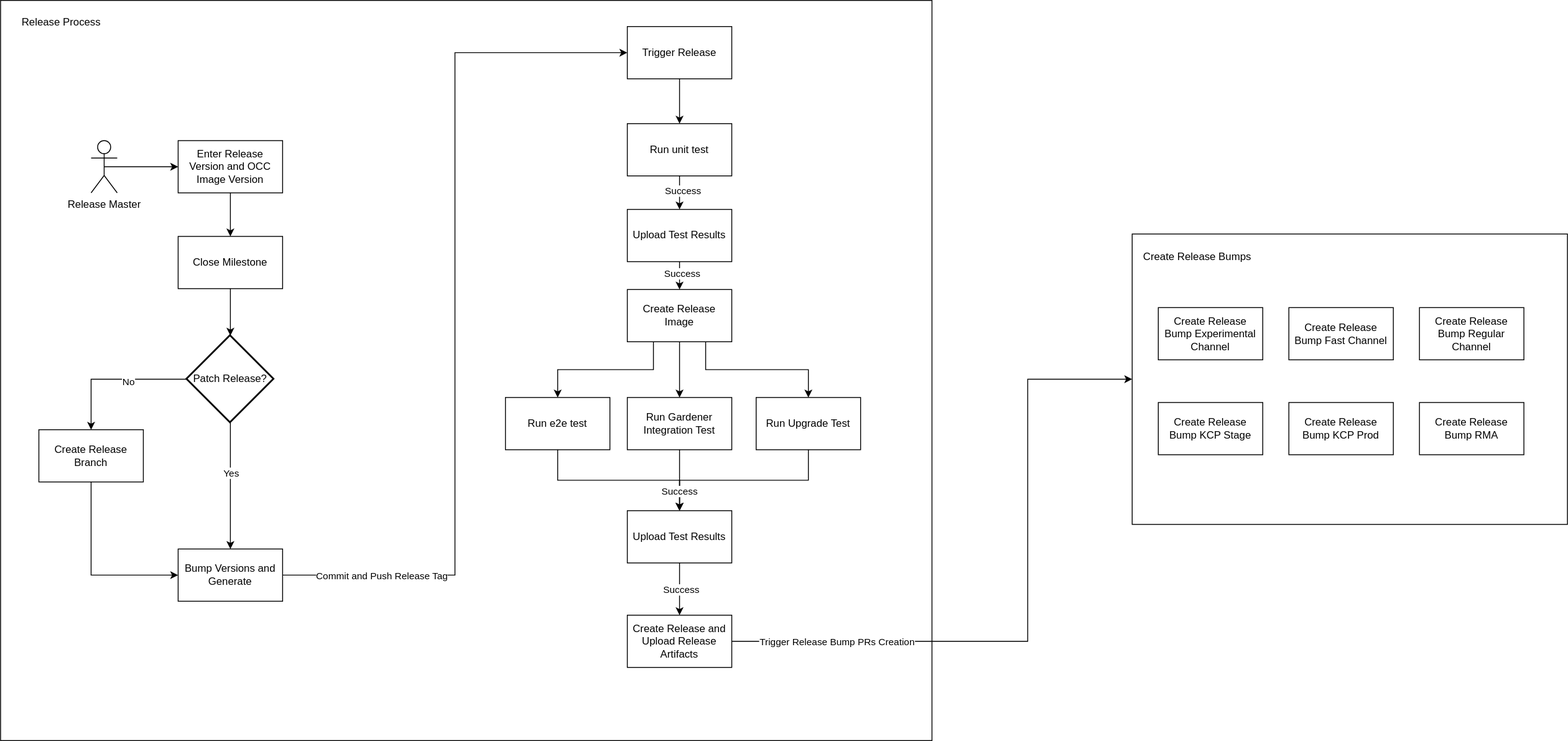
Above: docs/contributor/assets/auditable-release-final.drawio.svg in kyma-project/telemetry-manager (draw.io), before the change. Source tidied: cells renumbered, new cells last; positions are measured from the earlier drawing's top-left corner, leaving out a move shared by most shapes.
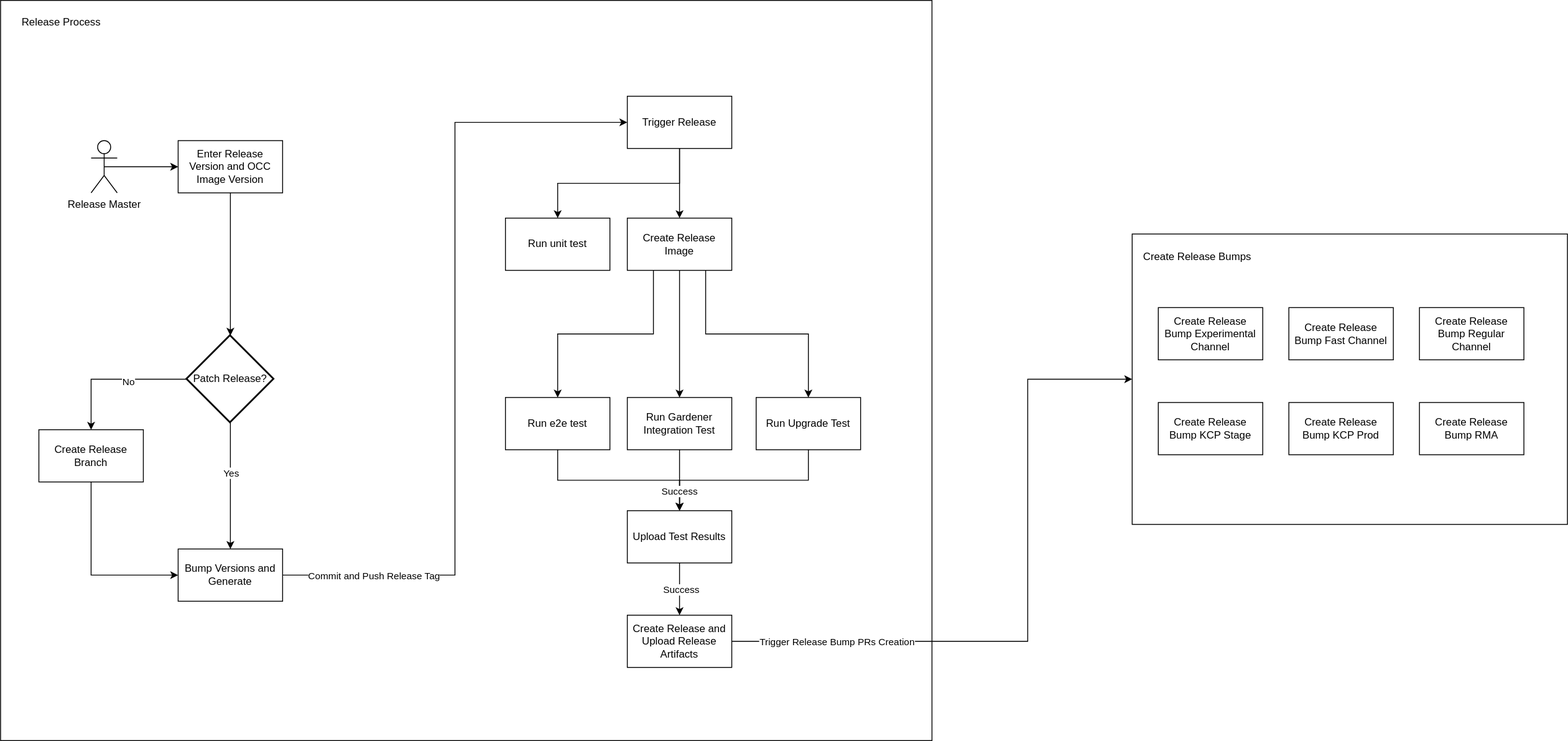
The same diagram one commit later.

Commit message:
update release steps

Diff of the diagram source:
```diff
@@ -15,7 +15,7 @@
       <mxGeometry relative="1" as="geometry" />
     </mxCell>
     <mxCell id="6" value="Create Release Image" style="rounded=0;whiteSpace=wrap;html=1;" parent="1" vertex="1">
-      <mxGeometry x="720" y="332" width="120" height="60" as="geometry" />
+      <mxGeometry x="720" y="250" width="120" height="60" as="geometry" />
     </mxCell>
     <mxCell id="7" style="edgeStyle=orthogonalEdgeStyle;rounded=0;jettySize=auto;html=1;exitX=1;exitY=0.5;exitDx=0;exitDy=0;entryX=0;entryY=0.5;entryDx=0;entryDy=0;" parent="1" edge="1" source="9" target="33">
       <mxGeometry relative="1" as="geometry">
@@ -39,8 +39,11 @@
     <mxCell id="11" style="edgeStyle=orthogonalEdgeStyle;rounded=0;jettySize=auto;html=1;exitX=0.5;exitY=1;exitDx=0;exitDy=0;entryX=0.5;entryY=0;entryDx=0;entryDy=0;" parent="1" edge="1" source="12" target="17">
       <mxGeometry relative="1" as="geometry" />
     </mxCell>
+    <mxCell id="53" style="edgeStyle=orthogonalEdgeStyle;rounded=0;jettySize=auto;html=1;exitX=0.5;exitY=1;exitDx=0;exitDy=0;entryX=0.5;entryY=0;entryDx=0;entryDy=0;" parent="1" edge="1" source="12" target="6">
+      <mxGeometry relative="1" as="geometry" />
+    </mxCell>
     <mxCell id="12" value="Trigger Release" style="rounded=0;whiteSpace=wrap;html=1;" parent="1" vertex="1">
-      <mxGeometry x="720" y="30" width="120" height="60" as="geometry" />
+      <mxGeometry x="720" y="110" width="120" height="60" as="geometry" />
     </mxCell>
     <mxCell id="13" style="edgeStyle=orthogonalEdgeStyle;rounded=0;jettySize=auto;html=1;exitX=0.5;exitY=1;exitDx=0;exitDy=0;entryX=0.5;entryY=0;entryDx=0;entryDy=0;" parent="1" edge="1" source="14" target="20">
       <mxGeometry relative="1" as="geometry" />
@@ -48,16 +51,8 @@
     <mxCell id="14" value="Run e2e test" style="rounded=0;whiteSpace=wrap;html=1;" parent="1" vertex="1">
       <mxGeometry x="580" y="456" width="120" height="60" as="geometry" />
     </mxCell>
-    <mxCell id="15" style="edgeStyle=orthogonalEdgeStyle;rounded=0;jettySize=auto;html=1;exitX=0.5;exitY=1;exitDx=0;exitDy=0;entryX=0.5;entryY=0;entryDx=0;entryDy=0;" parent="1" edge="1" source="17" target="52">
-      <mxGeometry relative="1" as="geometry" />
-    </mxCell>
-    <mxCell id="16" value="Success" style="edgeLabel;html=1;align=center;verticalAlign=middle;" parent="15" vertex="1">
-      <mxGeometry x="-0.14" y="3" relative="1" as="geometry">
-        <mxPoint y="1" as="offset" />
-      </mxGeometry>
-    </mxCell>
     <mxCell id="17" value="Run unit test" style="rounded=0;whiteSpace=wrap;html=1;" parent="1" vertex="1">
-      <mxGeometry x="720" y="141.5" width="120" height="60" as="geometry" />
+      <mxGeometry x="580" y="250" width="120" height="60" as="geometry" />
     </mxCell>
     <mxCell id="18" style="edgeStyle=orthogonalEdgeStyle;rounded=0;jettySize=auto;html=1;exitX=0.5;exitY=1;exitDx=0;exitDy=0;entryX=0.5;entryY=0;entryDx=0;entryDy=0;" parent="1" edge="1" source="20" target="9">
       <mxGeometry relative="1" as="geometry" />
@@ -76,7 +71,7 @@
     <mxCell id="22" value="Run Gardener Integration Test" style="rounded=0;whiteSpace=wrap;html=1;" parent="1" vertex="1">
       <mxGeometry x="720" y="456" width="120" height="60" as="geometry" />
     </mxCell>
-    <mxCell id="23" style="edgeStyle=orthogonalEdgeStyle;rounded=0;jettySize=auto;html=1;exitX=0.5;exitY=1;exitDx=0;exitDy=0;entryX=0.5;entryY=0;entryDx=0;entryDy=0;" parent="1" edge="1" source="24" target="28">
+    <mxCell id="23" style="edgeStyle=orthogonalEdgeStyle;rounded=0;jettySize=auto;html=1;exitX=0.5;exitY=1;exitDx=0;exitDy=0;entryX=0.5;entryY=0;entryDx=0;entryDy=0;entryPerimeter=0;" parent="1" edge="1" source="24" target="38">
       <mxGeometry relative="1" as="geometry" />
     </mxCell>
     <mxCell id="24" value="Enter Release Version and OCC Image Version" style="rounded=0;whiteSpace=wrap;html=1;" parent="1" vertex="1">
@@ -91,9 +86,6 @@
     <mxCell id="27" value="Bump Versions and Generate" style="rounded=0;whiteSpace=wrap;html=1;" parent="1" vertex="1">
       <mxGeometry x="204" y="630" width="120" height="60" as="geometry" />
     </mxCell>
-    <mxCell id="28" value="Close Milestone" style="rounded=0;whiteSpace=wrap;html=1;" parent="1" vertex="1">
-      <mxGeometry x="204" y="271" width="120" height="60" as="geometry" />
-    </mxCell>
     <mxCell id="29" style="edgeStyle=orthogonalEdgeStyle;rounded=0;jettySize=auto;html=1;exitX=0.5;exitY=1;exitDx=0;exitDy=0;entryX=0;entryY=0.5;entryDx=0;entryDy=0;" parent="1" edge="1" source="30" target="27">
       <mxGeometry relative="1" as="geometry" />
     </mxCell>
@@ -124,9 +116,6 @@
     <mxCell id="38" value="Patch Release?" style="strokeWidth=2;html=1;shape=mxgraph.flowchart.decision;whiteSpace=wrap;" parent="1" vertex="1">
       <mxGeometry x="214" y="385" width="100" height="100" as="geometry" />
     </mxCell>
-    <mxCell id="39" style="edgeStyle=orthogonalEdgeStyle;rounded=0;jettySize=auto;html=1;exitX=0.5;exitY=1;exitDx=0;exitDy=0;entryX=0.5;entryY=0;entryDx=0;entryDy=0;entryPerimeter=0;" parent="1" edge="1" source="28" target="38">
-      <mxGeometry relative="1" as="geometry" />
-    </mxCell>
     <mxCell id="40" style="edgeStyle=orthogonalEdgeStyle;rounded=0;jettySize=auto;html=1;exitX=0.5;exitY=1;exitDx=0;exitDy=0;entryX=0.5;entryY=0;entryDx=0;entryDy=0;" parent="1" edge="1" source="42" target="20">
       <mxGeometry relative="1" as="geometry" />
     </mxCell>
@@ -157,14 +146,5 @@
     <mxCell id="49" value="Create Release Bumps" style="text;html=1;whiteSpace=wrap;strokeColor=none;fillColor=none;align=center;verticalAlign=middle;rounded=0;" parent="1" vertex="1">
       <mxGeometry x="1310" y="280" width="130" height="30" as="geometry" />
     </mxCell>
-    <mxCell id="50" style="edgeStyle=orthogonalEdgeStyle;rounded=0;jettySize=auto;html=1;exitX=0.5;exitY=1;exitDx=0;exitDy=0;entryX=0.5;entryY=0;entryDx=0;entryDy=0;" parent="1" edge="1" source="52" target="6">
-      <mxGeometry relative="1" as="geometry" />
-    </mxCell>
-    <mxCell id="51" value="Success" style="edgeLabel;html=1;align=center;verticalAlign=middle;" parent="50" vertex="1">
-      <mxGeometry x="-0.19" y="2" relative="1" as="geometry" />
-    </mxCell>
-    <mxCell id="52" value="Upload Test Results" style="rounded=0;whiteSpace=wrap;html=1;" parent="1" vertex="1">
-      <mxGeometry x="720" y="240" width="120" height="60" as="geometry" />
-    </mxCell>
   </root>
 </mxGraphModel>
```
